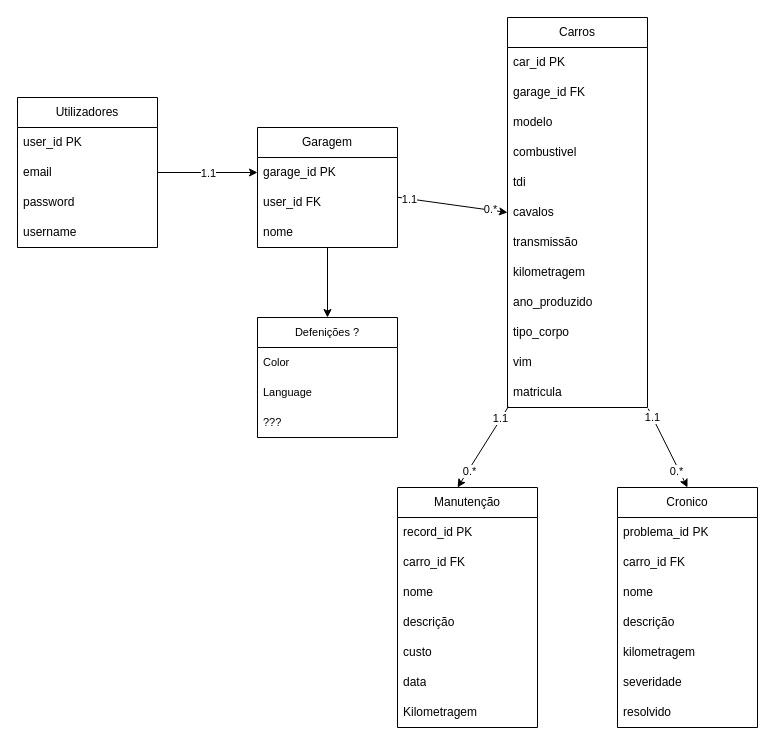
Before: common/DBview.drawio in MukhitKwo/CarCare, a draw.io diagram. Source tidied: cells renumbered, new cells numbered last; positions are measured from the earlier drawing's top-left corner, leaving out a move shared by most shapes. Both pictures are drawn from the tidied source at 100%, with x=0, y=0 at pixel (17, 17).
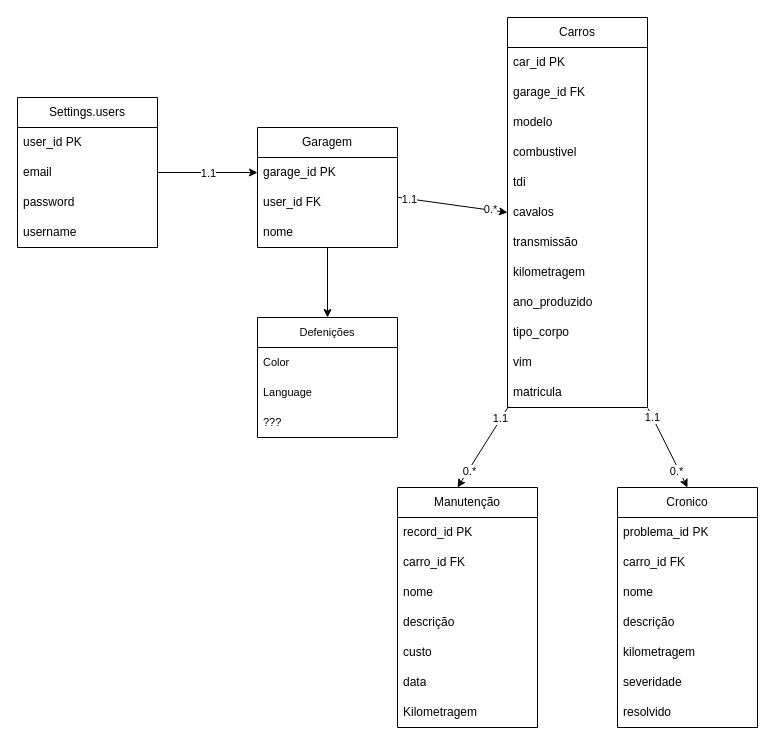
Above is the later version.

Diff of the diagram source:
```diff
@@
-    <mxCell id="4" value="Utilizadores" style="swimlane;fontStyle=0;horizontal=1;startSize=30;whiteSpace=wrap;html=1;" parent="1" vertex="1">
+    <mxCell id="4" value="Settings.users" style="swimlane;fontStyle=0;horizontal=1;startSize=30;whiteSpace=wrap;html=1;" parent="1" vertex="1">
       <mxGeometry y="80" width="140" height="150" as="geometry" />
     </mxCell>
@@
-    <mxCell id="52" value="Defenições ?" style="swimlane;fontStyle=0;horizontal=1;startSize=30;whiteSpace=wrap;html=1;fontFamily=Helvetica;fontSize=11;fontColor=default;labelBackgroundColor=default;" parent="1" vertex="1">
+    <mxCell id="52" value="Defenições" style="swimlane;fontStyle=0;horizontal=1;startSize=30;whiteSpace=wrap;html=1;fontFamily=Helvetica;fontSize=11;fontColor=default;labelBackgroundColor=default;" parent="1" vertex="1">
       <mxGeometry x="240" y="300" width="140" height="120" as="geometry" />
     </mxCell>
```
